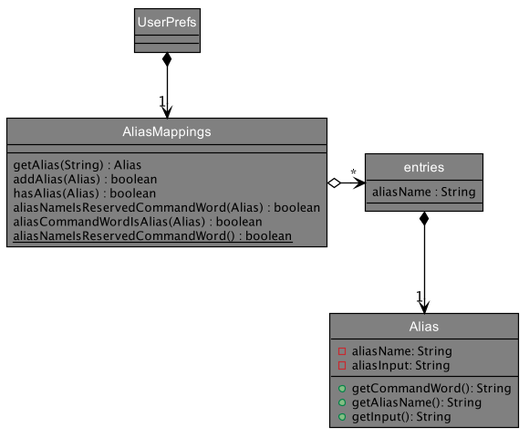
nus-cs2103-AY1920S1/addressbook-level3 keeps this PlantUML diagram as docs/images/AliasMappingsClassDiagram.png. Above is the earlier version.
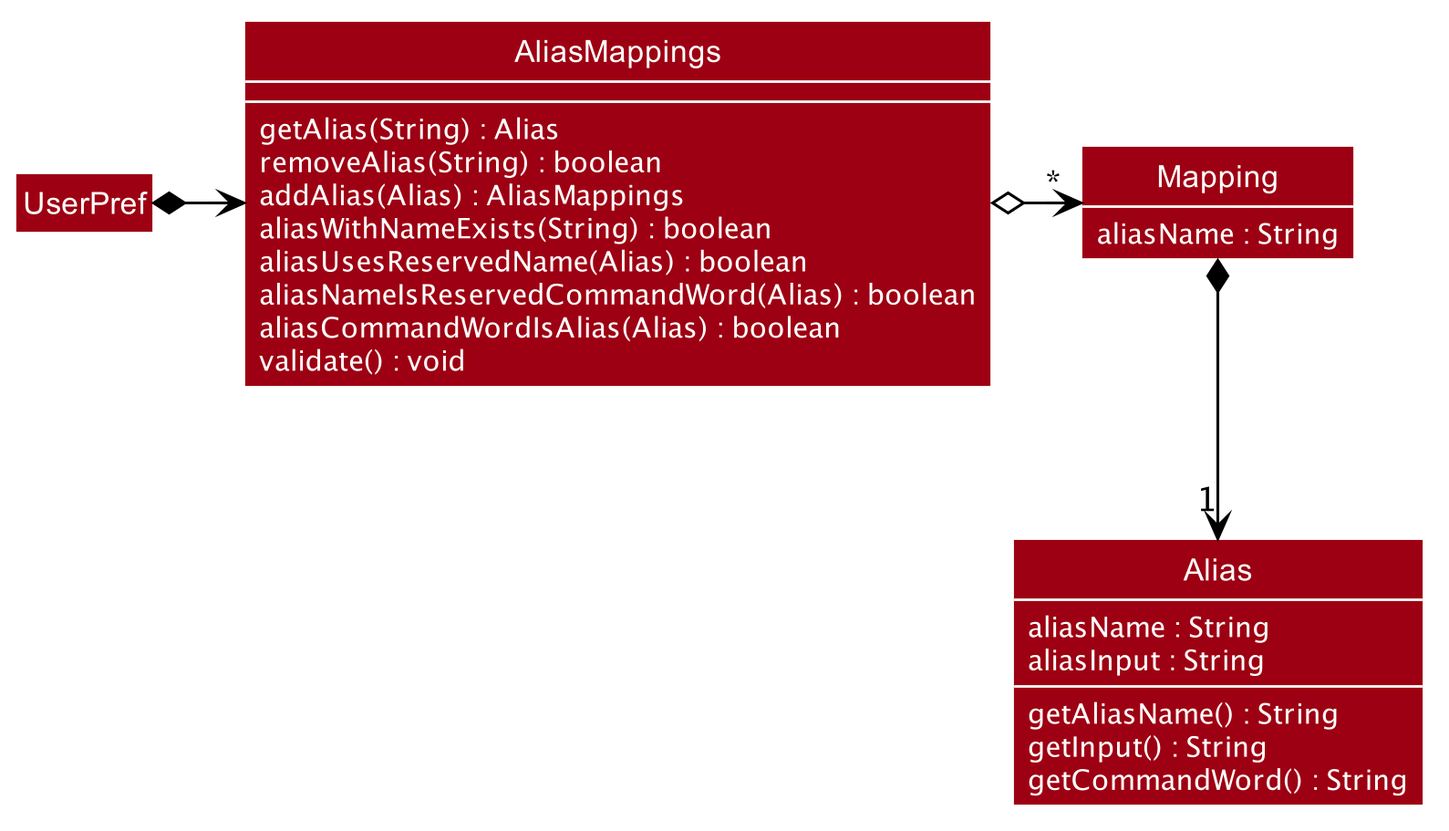
The same diagram one commit later.

The edit, as a diff of the source:
```diff
@@ -48,39 +48,43 @@
 hide members
 hide circle
 
-show members
 skinparam arrowThickness 1.1
 skinparam arrowColor Black
-skinparam classBackgroundColor Grey
-skinparam classBorderColor Black
+skinparam classBackgroundColor #9D0012
+skinparam classBorderColor WHITE
 skinparam classFontColor White
+skinparam classAttributeFontColor white
+
 
 class AliasMappings {
     getAlias(String) : Alias
-    addAlias(Alias) : boolean
-    hasAlias(Alias) : boolean
+    removeAlias(String) : boolean
+    addAlias(Alias) : AliasMappings
+    aliasWithNameExists(String) : boolean
+    aliasUsesReservedName(Alias) : boolean
     aliasNameIsReservedCommandWord(Alias) : boolean
     aliasCommandWordIsAlias(Alias) : boolean
-    {static} aliasNameIsReservedCommandWord() : boolean
+    validate() : void
 }
 
-class entries {
- aliasName : String
+class Mapping {
+    aliasName : String
 }
 
+show AliasMappings members
+show Mapping attributes
+
 class Alias {
- -aliasName: String
- -aliasInput: String
- +getCommandWord(): String
- +getAliasName(): String
- +getInput(): String
+    aliasName : String
+    aliasInput : String
+    getAliasName() : String
+    getInput() : String
+    getCommandWord() : String
 }
+show Alias members
 
-UserPrefs *--> "1" AliasMappings
-
-AliasMappings o-right--> "*" entries
-entries *--> "1" Alias
-
-
+UserPref *-right-> AliasMappings
+AliasMappings o-right-> "*" Mapping
+Mapping *-->"1" Alias
 
 @enduml
```
